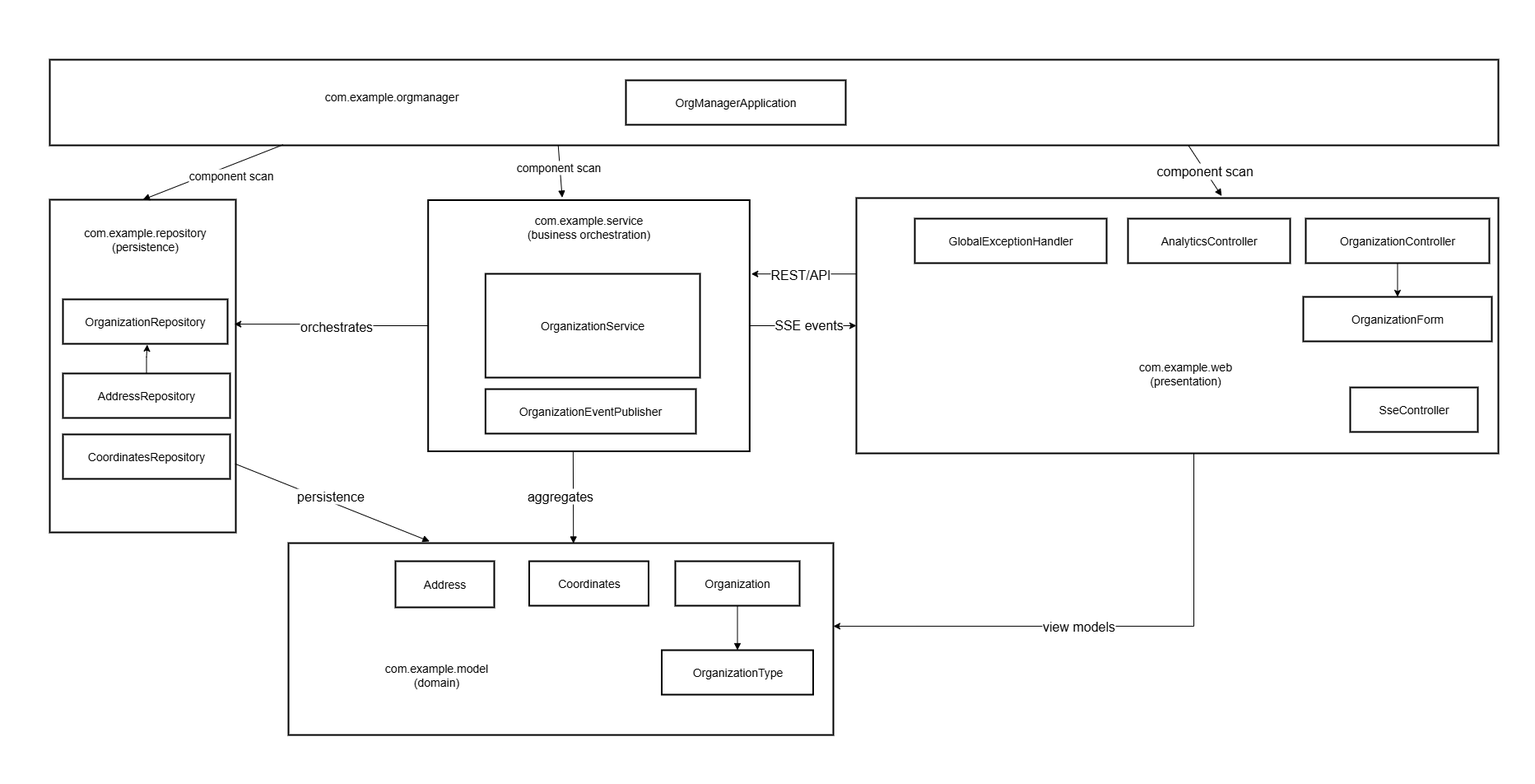
This is lab3/report/uml2.png from MrTheFall/study_is, a draw.io export, as it was before one commit. Source tidied: cells renumbered, new cells last; positions are measured from the earlier drawing's top-left corner, leaving out a move shared by most shapes.
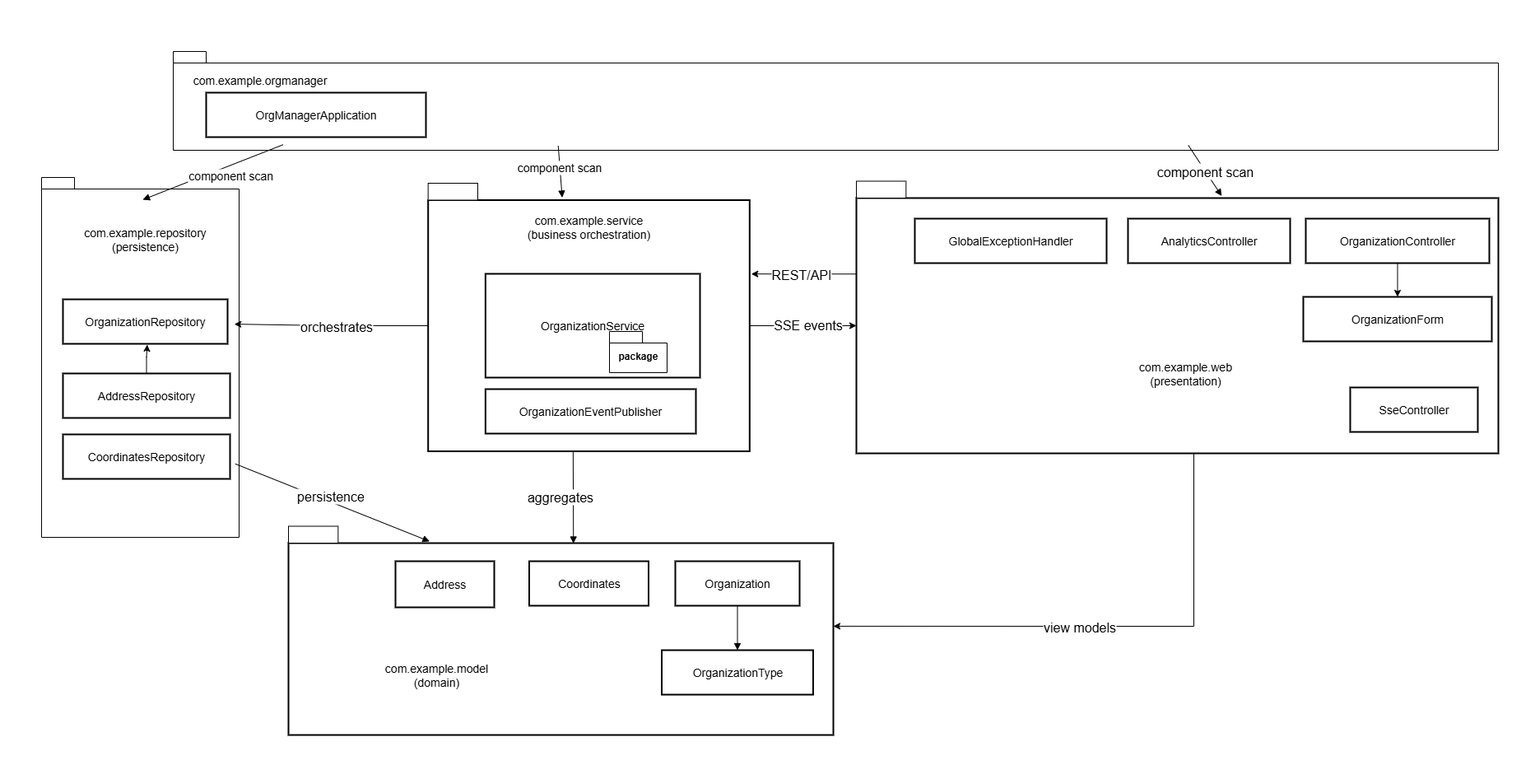
The same file after the commit.

Diff of the diagram source:
```diff
@@ -2,12 +2,15 @@
   <root>
     <mxCell id="0" />
     <mxCell id="1" parent="0" />
+    <mxCell id="48" style="shape=folder;fontStyle=1;spacingTop=10;tabWidth=40;tabHeight=14;tabPosition=left;html=1;whiteSpace=wrap;" parent="1" vertex="1">
+      <mxGeometry x="50" y="215" width="240" height="437" as="geometry" />
+    </mxCell>
+    <mxCell id="49" style="shape=folder;fontStyle=1;spacingTop=10;tabWidth=40;tabHeight=14;tabPosition=left;html=1;whiteSpace=wrap;" parent="1" vertex="1">
+      <mxGeometry x="210" y="62" width="1610" height="120" as="geometry" />
+    </mxCell>
     <mxCell id="2" style="whiteSpace=wrap;strokeWidth=2;fontSize=14;" parent="1" vertex="1">
       <mxGeometry x="350" y="659" width="662" height="233" as="geometry" />
     </mxCell>
-    <mxCell id="3" style="whiteSpace=wrap;strokeWidth=2;fontSize=14;" parent="1" vertex="1">
-      <mxGeometry x="60" y="242" width="226" height="404" as="geometry" />
-    </mxCell>
     <mxCell id="4" style="edgeStyle=orthogonalEdgeStyle;rounded=0;jettySize=auto;html=1;entryX=0;entryY=0.5;entryDx=0;entryDy=0;" parent="1" edge="1" source="6" target="7">
       <mxGeometry relative="1" as="geometry" />
     </mxCell>
@@ -22,11 +25,8 @@
     <mxCell id="7" style="whiteSpace=wrap;strokeWidth=2;fontSize=14;" parent="1" vertex="1">
       <mxGeometry x="1040" y="240" width="780" height="310" as="geometry" />
     </mxCell>
-    <mxCell id="8" style="whiteSpace=wrap;strokeWidth=2;fontSize=14;" parent="1" vertex="1">
-      <mxGeometry x="60" y="72" width="1760" height="104" as="geometry" />
-    </mxCell>
     <mxCell id="9" value="OrgManagerApplication" style="whiteSpace=wrap;strokeWidth=2;fontSize=14;" parent="1" vertex="1">
-      <mxGeometry x="760" y="97" width="267" height="54" as="geometry" />
+      <mxGeometry x="250" y="112" width="267" height="54" as="geometry" />
     </mxCell>
     <mxCell id="10" style="edgeStyle=orthogonalEdgeStyle;rounded=0;jettySize=auto;html=1;entryX=0.5;entryY=0;entryDx=0;entryDy=0;" parent="1" edge="1" source="11" target="15">
       <mxGeometry relative="1" as="geometry" />
@@ -46,8 +46,10 @@
     <mxCell id="15" value="OrganizationForm" style="whiteSpace=wrap;strokeWidth=2;fontSize=14;" parent="1" vertex="1">
       <mxGeometry x="1583" y="360" width="229" height="54" as="geometry" />
     </mxCell>
-    <mxCell id="16" style="edgeStyle=orthogonalEdgeStyle;rounded=0;jettySize=auto;html=1;entryX=0.992;entryY=0.374;entryDx=0;entryDy=0;fontSize=14;entryPerimeter=0;exitX=0;exitY=0.5;exitDx=0;exitDy=0;" parent="1" edge="1" source="6" target="3">
-      <mxGeometry relative="1" as="geometry" />
+    <mxCell id="16" style="edgeStyle=orthogonalEdgeStyle;rounded=0;jettySize=auto;html=1;entryX=0.992;entryY=0.374;entryDx=0;entryDy=0;fontSize=14;entryPerimeter=0;exitX=0;exitY=0.5;exitDx=0;exitDy=0;" parent="1" edge="1" source="6">
+      <mxGeometry relative="1" as="geometry">
+        <mxPoint x="284.2" y="393.1" as="targetPoint" />
+      </mxGeometry>
     </mxCell>
     <mxCell id="17" value="orchestrates" style="edgeLabel;html=1;align=center;verticalAlign=middle;fontSize=16;" parent="16" vertex="1">
       <mxGeometry x="-0.06" relative="1" as="geometry" />
@@ -79,19 +81,26 @@
     <mxCell id="26" value="OrganizationType" style="whiteSpace=wrap;strokeWidth=2;fontSize=14;" parent="1" vertex="1">
       <mxGeometry x="803.5" y="789" width="184" height="54" as="geometry" />
     </mxCell>
-    <mxCell id="27" value="component scan" style="curved=1;startArrow=none;endArrow=block;entryX=0.569;entryY=-0.008;rounded=0;fontSize=16;exitX=0.786;exitY=1;exitDx=0;exitDy=0;exitPerimeter=0;entryDx=0;entryDy=0;entryPerimeter=0;" parent="1" edge="1" source="8" target="7">
-      <mxGeometry relative="1" as="geometry" />
+    <mxCell id="27" value="component scan" style="curved=1;startArrow=none;endArrow=block;entryX=0.569;entryY=-0.008;rounded=0;fontSize=16;exitX=0.786;exitY=1;exitDx=0;exitDy=0;exitPerimeter=0;entryDx=0;entryDy=0;entryPerimeter=0;" parent="1" edge="1" target="7">
+      <mxGeometry relative="1" as="geometry">
+        <mxPoint x="1443.4" y="176" as="sourcePoint" />
+      </mxGeometry>
     </mxCell>
-    <mxCell id="28" style="curved=1;startArrow=none;endArrow=block;exitX=0.351;exitY=1.005;entryX=0.417;entryY=-0.01;rounded=0;fontSize=14;entryDx=0;entryDy=0;entryPerimeter=0;exitDx=0;exitDy=0;exitPerimeter=0;" parent="1" edge="1" source="8" target="6">
-      <mxGeometry relative="1" as="geometry" />
+    <mxCell id="28" style="curved=1;startArrow=none;endArrow=block;exitX=0.351;exitY=1.005;entryX=0.417;entryY=-0.01;rounded=0;fontSize=14;entryDx=0;entryDy=0;entryPerimeter=0;exitDx=0;exitDy=0;exitPerimeter=0;" parent="1" edge="1" target="6">
+      <mxGeometry relative="1" as="geometry">
+        <mxPoint x="677.8" y="176.5" as="sourcePoint" />
+      </mxGeometry>
     </mxCell>
     <mxCell id="29" value="&lt;span style=&quot;font-size: 14px;&quot;&gt;component scan&lt;/span&gt;" style="edgeLabel;html=1;align=center;verticalAlign=middle;" parent="28" vertex="1">
       <mxGeometry x="-0.76" relative="1" as="geometry">
         <mxPoint x="-1" y="18" as="offset" />
       </mxGeometry>
     </mxCell>
-    <mxCell id="30" value="component scan" style="curved=1;startArrow=none;endArrow=block;exitX=0.161;exitY=0.993;entryX=0.5;entryY=0;rounded=0;fontSize=14;exitDx=0;exitDy=0;exitPerimeter=0;entryDx=0;entryDy=0;" parent="1" edge="1" source="8" target="3">
-      <mxGeometry x="-0.21" y="12" relative="1" as="geometry" />
+    <mxCell id="30" value="component scan" style="curved=1;startArrow=none;endArrow=block;exitX=0.161;exitY=0.993;entryX=0.5;entryY=0;rounded=0;fontSize=14;exitDx=0;exitDy=0;exitPerimeter=0;entryDx=0;entryDy=0;" parent="1" edge="1">
+      <mxGeometry x="-0.21" y="12" relative="1" as="geometry">
+        <mxPoint x="343.4" y="175.3" as="sourcePoint" />
+        <mxPoint x="173" y="242" as="targetPoint" />
+      </mxGeometry>
     </mxCell>
     <mxCell id="31" style="curved=1;startArrow=none;endArrow=block;exitX=0.451;exitY=1;entryX=0.523;entryY=0.002;rounded=0;fontSize=14;entryDx=0;entryDy=0;entryPerimeter=0;exitDx=0;exitDy=0;exitPerimeter=0;" parent="1" edge="1" source="6" target="2">
       <mxGeometry relative="1" as="geometry" />
@@ -101,8 +110,10 @@
         <mxPoint x="-17" y="-23" as="offset" />
       </mxGeometry>
     </mxCell>
-    <mxCell id="33" style="curved=1;startArrow=none;endArrow=block;exitX=0.997;exitY=0.794;entryX=0.259;entryY=-0.009;rounded=0;fontSize=14;entryDx=0;entryDy=0;entryPerimeter=0;exitDx=0;exitDy=0;exitPerimeter=0;" parent="1" edge="1" source="3" target="2">
-      <mxGeometry relative="1" as="geometry" />
+    <mxCell id="33" style="curved=1;startArrow=none;endArrow=block;exitX=0.997;exitY=0.794;entryX=0.259;entryY=-0.009;rounded=0;fontSize=14;entryDx=0;entryDy=0;entryPerimeter=0;exitDx=0;exitDy=0;exitPerimeter=0;" parent="1" edge="1" target="2">
+      <mxGeometry relative="1" as="geometry">
+        <mxPoint x="285.3" y="562.8" as="sourcePoint" />
+      </mxGeometry>
     </mxCell>
     <mxCell id="34" value="persistence" style="edgeLabel;html=1;align=center;verticalAlign=middle;fontSize=16;" parent="33" vertex="1">
       <mxGeometry x="-0.17" relative="1" as="geometry">
@@ -122,7 +133,7 @@
       <mxGeometry x="1320" y="430" width="240" height="40" as="geometry" />
     </mxCell>
     <mxCell id="39" value="&lt;font&gt;&lt;span style=&quot;text-wrap-mode: wrap;&quot;&gt;com.example.orgmanager&lt;/span&gt;&lt;br&gt;&lt;/font&gt;" style="text;html=1;align=center;verticalAlign=middle;strokeColor=none;fillColor=none;fontSize=14;" parent="1" vertex="1">
-      <mxGeometry x="380" y="102" width="190" height="30" as="geometry" />
+      <mxGeometry x="220" y="82" width="190" height="30" as="geometry" />
     </mxCell>
     <mxCell id="40" value="&amp;nbsp;" style="text;html=1;align=center;verticalAlign=middle;strokeColor=none;fillColor=none;fontSize=14;" parent="1" vertex="1">
       <mxGeometry y="922" width="30" height="30" as="geometry" />
@@ -158,5 +169,17 @@
     <mxCell id="47" value="&amp;nbsp;" style="text;html=1;align=center;verticalAlign=middle;strokeColor=none;fillColor=none;" parent="1" vertex="1">
       <mxGeometry x="1835" width="30" height="30" as="geometry" />
     </mxCell>
+    <mxCell id="50" value="package" style="shape=folder;fontStyle=1;spacingTop=10;tabWidth=40;tabHeight=14;tabPosition=left;html=1;whiteSpace=wrap;" parent="1" vertex="1">
+      <mxGeometry x="740" y="402" width="70" height="50" as="geometry" />
+    </mxCell>
+    <mxCell id="51" style="rounded=0;whiteSpace=wrap;html=1;" parent="1" vertex="1">
+      <mxGeometry x="519.7" y="222" width="60.3" height="20.5" as="geometry" />
+    </mxCell>
+    <mxCell id="52" style="rounded=0;whiteSpace=wrap;html=1;" parent="1" vertex="1">
+      <mxGeometry x="350" y="638.5" width="60.3" height="20.5" as="geometry" />
+    </mxCell>
+    <mxCell id="53" style="rounded=0;whiteSpace=wrap;html=1;" parent="1" vertex="1">
+      <mxGeometry x="1040" y="219.5" width="60.3" height="20.5" as="geometry" />
+    </mxCell>
   </root>
 </mxGraphModel>
```
